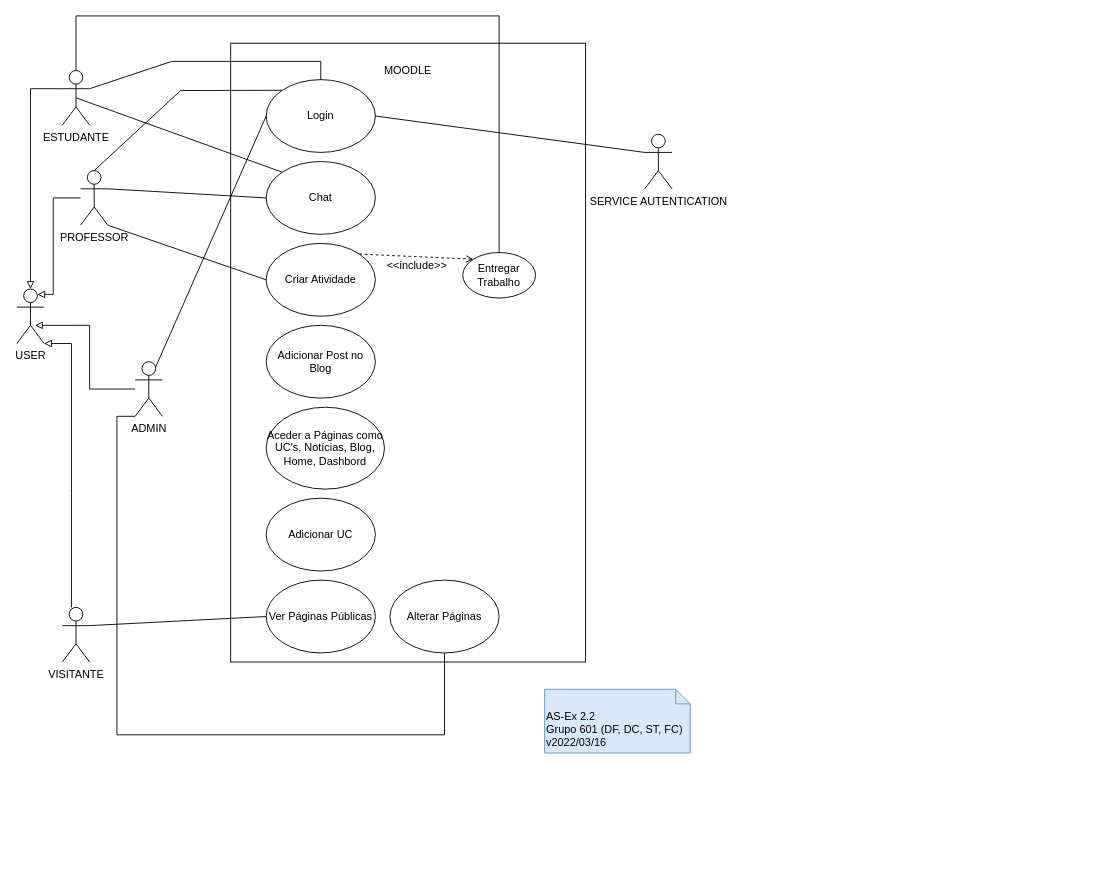
Before: page "2.2" (3 of 3) of P/P2/P2.drawio in DavidAraujo98/AS, a draw.io diagram. Source tidied: cells renumbered, new cells numbered last; positions are measured from the earlier drawing's top-left corner, leaving out a move shared by most shapes. Both pictures are drawn from the tidied source at 91%, with x=0, y=0 at pixel (16, 15).
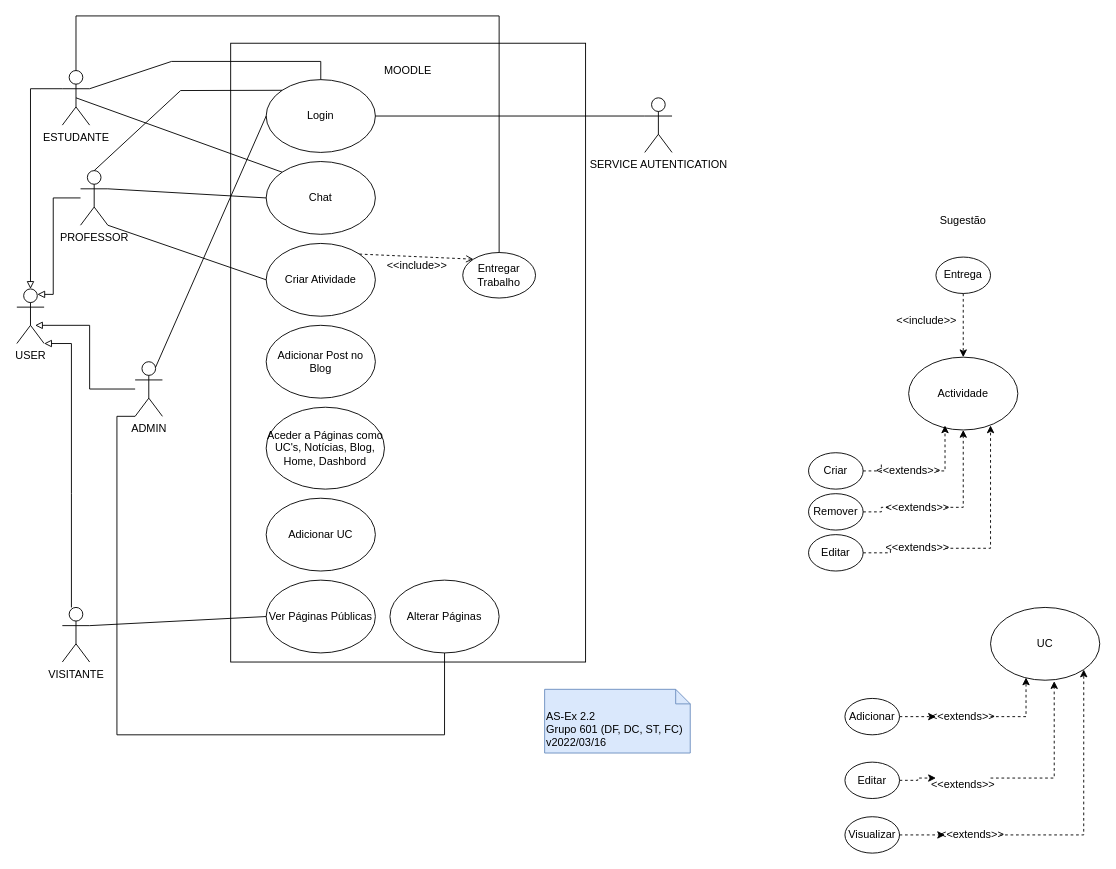
After the change.

The edit, as a diff of the source:
```diff
@@
     <mxCell id="14" value="&lt;div&gt;SERVICE AUTENTICATION&lt;/div&gt;&lt;div&gt;&lt;br&gt;&lt;/div&gt;&lt;div&gt;&lt;br&gt;&lt;/div&gt;" style="shape=umlActor;verticalLabelPosition=bottom;verticalAlign=top;html=1;outlineConnect=0;" parent="1" vertex="1">
-      <mxGeometry x="690" y="130" width="30" height="60" as="geometry" />
+      <mxGeometry x="690" y="90" width="30" height="60" as="geometry" />
     </mxCell>
@@
+    <mxCell id="37" style="edgeStyle=orthogonalEdgeStyle;rounded=0;jettySize=auto;html=1;exitX=0.5;exitY=1;exitDx=0;exitDy=0;dashed=1;entryX=0.5;entryY=0;entryDx=0;entryDy=0;" parent="1" edge="1" source="45" target="38">
+      <mxGeometry relative="1" as="geometry" />
+    </mxCell>
+    <mxCell id="38" value="Actividade" style="ellipse;whiteSpace=wrap;html=1;" parent="1" vertex="1">
+      <mxGeometry x="980" y="375" width="120" height="80" as="geometry" />
+    </mxCell>
+    <mxCell id="39" style="edgeStyle=orthogonalEdgeStyle;rounded=0;jettySize=auto;html=1;exitX=1;exitY=0.5;exitDx=0;exitDy=0;entryX=0.333;entryY=0.938;entryDx=0;entryDy=0;entryPerimeter=0;dashed=1;startArrow=none;" parent="1" edge="1" source="50" target="38">
+      <mxGeometry relative="1" as="geometry">
+        <Array as="points">
+          <mxPoint x="1020" y="500" />
+        </Array>
+      </mxGeometry>
+    </mxCell>
+    <mxCell id="40" value="Criar" style="ellipse;whiteSpace=wrap;html=1;" parent="1" vertex="1">
+      <mxGeometry x="870" y="480" width="60" height="40" as="geometry" />
+    </mxCell>
+    <mxCell id="41" style="edgeStyle=orthogonalEdgeStyle;rounded=0;jettySize=auto;html=1;exitX=1;exitY=0.5;exitDx=0;exitDy=0;dashed=1;startArrow=none;" parent="1" edge="1" source="48" target="38">
+      <mxGeometry relative="1" as="geometry" />
+    </mxCell>
+    <mxCell id="42" value="Remover" style="ellipse;whiteSpace=wrap;html=1;" parent="1" vertex="1">
+      <mxGeometry x="870" y="525" width="60" height="40" as="geometry" />
+    </mxCell>
+    <mxCell id="43" style="edgeStyle=orthogonalEdgeStyle;rounded=0;jettySize=auto;html=1;exitX=1;exitY=0.5;exitDx=0;exitDy=0;entryX=0.75;entryY=0.938;entryDx=0;entryDy=0;entryPerimeter=0;dashed=1;startArrow=none;" parent="1" edge="1" source="46" target="38">
+      <mxGeometry relative="1" as="geometry" />
+    </mxCell>
+    <mxCell id="44" value="Editar" style="ellipse;whiteSpace=wrap;html=1;" parent="1" vertex="1">
+      <mxGeometry x="870" y="570" width="60" height="40" as="geometry" />
+    </mxCell>
+    <mxCell id="45" value="Entrega" style="ellipse;whiteSpace=wrap;html=1;" parent="1" vertex="1">
+      <mxGeometry x="1010" y="265" width="60" height="40" as="geometry" />
+    </mxCell>
+    <mxCell id="46" value="&lt;div&gt;&amp;lt;&amp;lt;extends&amp;gt;&amp;gt;&lt;/div&gt;" style="text;html=1;strokeColor=none;fillColor=none;align=center;verticalAlign=middle;whiteSpace=wrap;rounded=0;" parent="1" vertex="1">
+      <mxGeometry x="960" y="570" width="60" height="30" as="geometry" />
+    </mxCell>
+    <mxCell id="47" style="edgeStyle=orthogonalEdgeStyle;rounded=0;jettySize=auto;html=1;exitX=1;exitY=0.5;exitDx=0;exitDy=0;dashed=1;endArrow=none;entryX=0;entryY=0.5;entryDx=0;entryDy=0;" parent="1" edge="1" source="44" target="46">
+      <mxGeometry relative="1" as="geometry">
+        <Array as="points">
+          <mxPoint x="960" y="590" />
+        </Array>
+      </mxGeometry>
+    </mxCell>
+    <mxCell id="48" value="&lt;div&gt;&amp;lt;&amp;lt;extends&amp;gt;&amp;gt;&lt;/div&gt;" style="text;html=1;strokeColor=none;fillColor=none;align=center;verticalAlign=middle;whiteSpace=wrap;rounded=0;" parent="1" vertex="1">
+      <mxGeometry x="960" y="525" width="60" height="30" as="geometry" />
+    </mxCell>
+    <mxCell id="49" style="edgeStyle=orthogonalEdgeStyle;rounded=0;jettySize=auto;html=1;exitX=1;exitY=0.5;exitDx=0;exitDy=0;dashed=1;endArrow=none;" parent="1" edge="1" source="42" target="48">
+      <mxGeometry relative="1" as="geometry" />
+    </mxCell>
+    <mxCell id="50" value="&lt;div&gt;&amp;lt;&amp;lt;extends&amp;gt;&amp;gt;&lt;/div&gt;" style="text;html=1;strokeColor=none;fillColor=none;align=center;verticalAlign=middle;whiteSpace=wrap;rounded=0;" parent="1" vertex="1">
+      <mxGeometry x="950" y="485" width="60" height="30" as="geometry" />
+    </mxCell>
+    <mxCell id="51" style="edgeStyle=orthogonalEdgeStyle;rounded=0;jettySize=auto;html=1;exitX=1;exitY=0.5;exitDx=0;exitDy=0;entryX=0;entryY=0.25;entryDx=0;entryDy=0;dashed=1;endArrow=none;" parent="1" edge="1" source="40" target="50">
+      <mxGeometry relative="1" as="geometry" />
+    </mxCell>
+    <mxCell id="52" value="&lt;div&gt;&amp;lt;&amp;lt;include&amp;gt;&amp;gt;&lt;/div&gt;" style="text;html=1;strokeColor=none;fillColor=none;align=center;verticalAlign=middle;whiteSpace=wrap;rounded=0;" parent="1" vertex="1">
+      <mxGeometry x="970" y="320" width="60" height="30" as="geometry" />
+    </mxCell>
+    <mxCell id="53" value="Sugestão" style="text;html=1;strokeColor=none;fillColor=none;align=center;verticalAlign=middle;whiteSpace=wrap;rounded=0;" parent="1" vertex="1">
+      <mxGeometry x="1010" y="210" width="60" height="30" as="geometry" />
+    </mxCell>
+    <mxCell id="54" value="UC" style="ellipse;whiteSpace=wrap;html=1;" parent="1" vertex="1">
+      <mxGeometry x="1070" y="650" width="120" height="80" as="geometry" />
+    </mxCell>
+    <mxCell id="55" style="edgeStyle=orthogonalEdgeStyle;rounded=0;jettySize=auto;html=1;exitX=1;exitY=0.5;exitDx=0;exitDy=0;entryX=0;entryY=0.5;entryDx=0;entryDy=0;dashed=1;" parent="1" edge="1" source="56" target="62">
+      <mxGeometry relative="1" as="geometry" />
+    </mxCell>
+    <mxCell id="56" value="Adicionar" style="ellipse;whiteSpace=wrap;html=1;" parent="1" vertex="1">
+      <mxGeometry x="910" y="750" width="60" height="40" as="geometry" />
+    </mxCell>
+    <mxCell id="57" style="edgeStyle=orthogonalEdgeStyle;rounded=0;jettySize=auto;html=1;exitX=1;exitY=0.5;exitDx=0;exitDy=0;entryX=0;entryY=0.25;entryDx=0;entryDy=0;dashed=1;" parent="1" edge="1" source="58" target="60">
+      <mxGeometry relative="1" as="geometry" />
+    </mxCell>
+    <mxCell id="58" value="Editar" style="ellipse;whiteSpace=wrap;html=1;" parent="1" vertex="1">
+      <mxGeometry x="910" y="820" width="60" height="40" as="geometry" />
+    </mxCell>
+    <mxCell id="59" style="edgeStyle=orthogonalEdgeStyle;rounded=0;jettySize=auto;html=1;exitX=1;exitY=0.25;exitDx=0;exitDy=0;entryX=0.583;entryY=1.013;entryDx=0;entryDy=0;entryPerimeter=0;dashed=1;" parent="1" edge="1" source="60" target="54">
+      <mxGeometry relative="1" as="geometry" />
+    </mxCell>
+    <mxCell id="60" value="&lt;div&gt;&amp;lt;&amp;lt;extends&amp;gt;&amp;gt;&lt;/div&gt;" style="text;html=1;strokeColor=none;fillColor=none;align=center;verticalAlign=middle;whiteSpace=wrap;rounded=0;" parent="1" vertex="1">
+      <mxGeometry x="1010" y="830" width="60" height="30" as="geometry" />
+    </mxCell>
+    <mxCell id="61" style="edgeStyle=orthogonalEdgeStyle;rounded=0;jettySize=auto;html=1;exitX=1;exitY=0.5;exitDx=0;exitDy=0;entryX=0.325;entryY=0.963;entryDx=0;entryDy=0;entryPerimeter=0;dashed=1;" parent="1" edge="1" source="62" target="54">
+      <mxGeometry relative="1" as="geometry" />
+    </mxCell>
+    <mxCell id="62" value="&lt;div&gt;&amp;lt;&amp;lt;extends&amp;gt;&amp;gt;&lt;/div&gt;" style="text;html=1;strokeColor=none;fillColor=none;align=center;verticalAlign=middle;whiteSpace=wrap;rounded=0;" parent="1" vertex="1">
+      <mxGeometry x="1010" y="755" width="60" height="30" as="geometry" />
+    </mxCell>
+    <mxCell id="63" style="edgeStyle=orthogonalEdgeStyle;rounded=0;jettySize=auto;html=1;exitX=1;exitY=0.5;exitDx=0;exitDy=0;dashed=1;" parent="1" edge="1" source="64" target="66">
+      <mxGeometry relative="1" as="geometry" />
+    </mxCell>
+    <mxCell id="64" value="Visualizar" style="ellipse;whiteSpace=wrap;html=1;" parent="1" vertex="1">
+      <mxGeometry x="910" y="880" width="60" height="40" as="geometry" />
+    </mxCell>
+    <mxCell id="65" style="edgeStyle=orthogonalEdgeStyle;rounded=0;jettySize=auto;html=1;exitX=1;exitY=0.5;exitDx=0;exitDy=0;entryX=1;entryY=1;entryDx=0;entryDy=0;dashed=1;" parent="1" edge="1" source="66" target="54">
+      <mxGeometry relative="1" as="geometry" />
+    </mxCell>
+    <mxCell id="66" value="&lt;div&gt;&amp;lt;&amp;lt;extends&amp;gt;&amp;gt;&lt;/div&gt;" style="text;html=1;strokeColor=none;fillColor=none;align=center;verticalAlign=middle;whiteSpace=wrap;rounded=0;" parent="1" vertex="1">
+      <mxGeometry x="1020" y="885" width="60" height="30" as="geometry" />
+    </mxCell>
```
